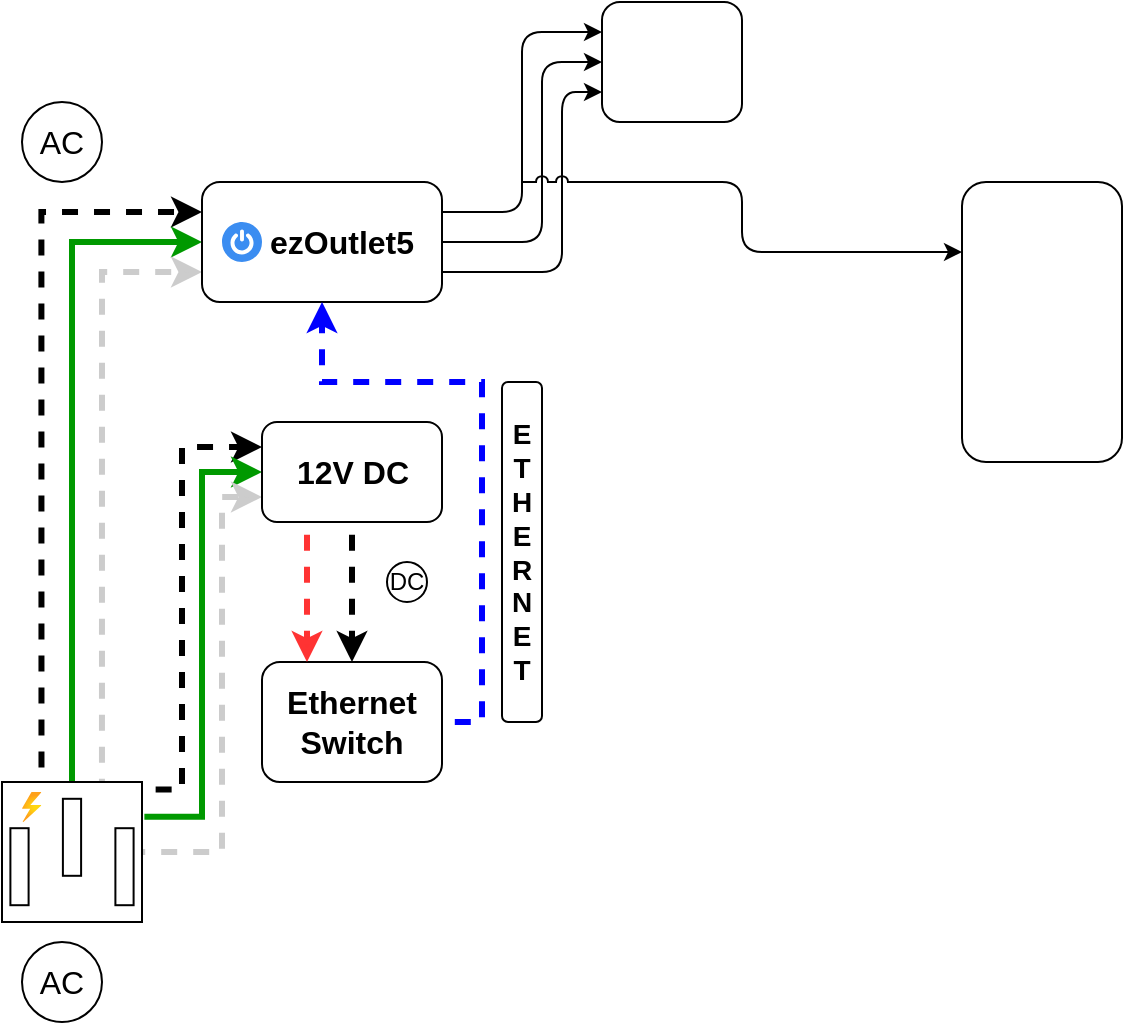
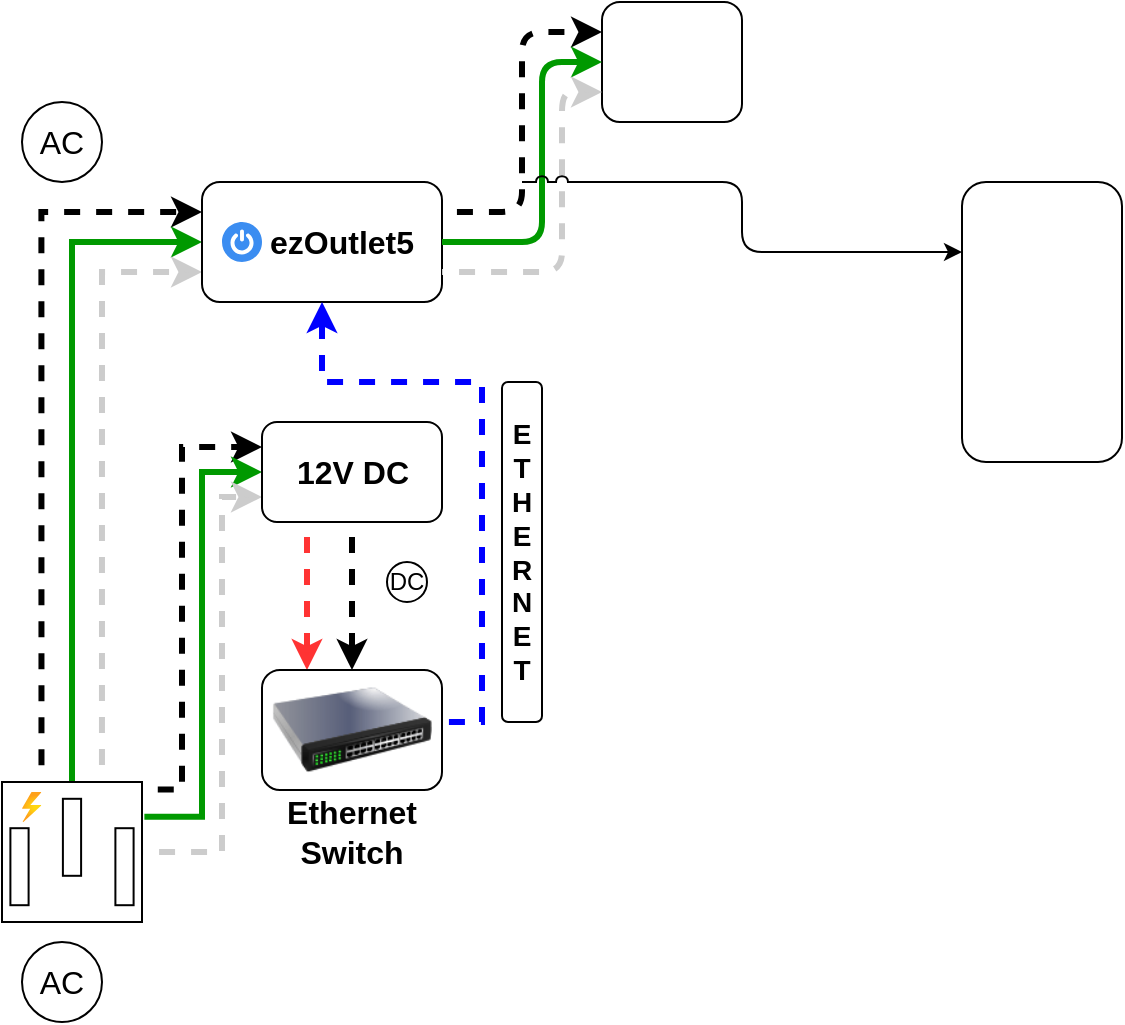
<mxfile host="app.diagrams.net" agent="Mozilla/5.0 (Windows NT 10.0; Win64; x64) AppleWebKit/537.36 (KHTML, like Gecko) Chrome/131.0.0.0 Safari/537.36 Edg/131.0.0.0" version="25.0.3">
  <diagram name="Page-1" id="VlRkN-xOVygPYa-iD9Ir">
-     <mxGraphModel dx="420" dy="263" grid="1" gridSize="10" guides="1" tooltips="1" connect="1" arrows="1" fold="1" page="1" pageScale="1" pageWidth="1169" pageHeight="827" background="none" math="0" shadow="0">
+     <mxGraphModel dx="500" dy="313" grid="1" gridSize="10" guides="1" tooltips="1" connect="1" arrows="1" fold="1" page="1" pageScale="1" pageWidth="1169" pageHeight="827" background="none" math="0" shadow="0">
      <root>
        <mxCell id="0" />
        <mxCell id="1" parent="0" />
        <mxCell id="JVLtuT8sySUBbFbLTn6r-3" style="edgeStyle=orthogonalEdgeStyle;rounded=0;orthogonalLoop=1;jettySize=auto;html=1;entryX=0;entryY=0.25;entryDx=0;entryDy=0;exitX=0.282;exitY=-0.013;exitDx=0;exitDy=0;exitPerimeter=0;strokeWidth=3;flowAnimation=1;flowAnimationDirection=alternate;" edge="1" parent="1" source="pD8juBFKP1GN8B8eYQTb-1" target="pD8juBFKP1GN8B8eYQTb-3">
          <mxGeometry relative="1" as="geometry" />
        </mxCell>
        <mxCell id="JVLtuT8sySUBbFbLTn6r-4" style="edgeStyle=orthogonalEdgeStyle;rounded=0;orthogonalLoop=1;jettySize=auto;html=1;exitX=0.5;exitY=0;exitDx=0;exitDy=0;exitPerimeter=0;entryX=0;entryY=0.5;entryDx=0;entryDy=0;strokeColor=#009900;strokeWidth=3;" edge="1" parent="1" source="pD8juBFKP1GN8B8eYQTb-1" target="pD8juBFKP1GN8B8eYQTb-3">
          <mxGeometry relative="1" as="geometry" />
        </mxCell>
        <mxCell id="JVLtuT8sySUBbFbLTn6r-5" style="edgeStyle=orthogonalEdgeStyle;rounded=0;orthogonalLoop=1;jettySize=auto;html=1;entryX=0;entryY=0.75;entryDx=0;entryDy=0;exitX=0.714;exitY=0;exitDx=0;exitDy=0;exitPerimeter=0;strokeWidth=3;strokeColor=#CCCCCC;flowAnimation=1;flowAnimationDirection=alternate-reverse;" edge="1" parent="1" source="pD8juBFKP1GN8B8eYQTb-1" target="pD8juBFKP1GN8B8eYQTb-3">
          <mxGeometry relative="1" as="geometry">
            <mxPoint x="120" y="320" as="targetPoint" />
          </mxGeometry>
        </mxCell>
        <mxCell id="JVLtuT8sySUBbFbLTn6r-6" style="edgeStyle=orthogonalEdgeStyle;rounded=0;orthogonalLoop=1;jettySize=auto;html=1;entryX=0;entryY=0.25;entryDx=0;entryDy=0;exitX=1.006;exitY=0.054;exitDx=0;exitDy=0;exitPerimeter=0;strokeWidth=3;flowAnimation=1;flowAnimationDirection=alternate;" edge="1" parent="1" source="pD8juBFKP1GN8B8eYQTb-1" target="pD8juBFKP1GN8B8eYQTb-24">
          <mxGeometry relative="1" as="geometry">
            <Array as="points">
              <mxPoint x="120" y="404" />
              <mxPoint x="120" y="233" />
            </Array>
          </mxGeometry>
        </mxCell>
        <mxCell id="JVLtuT8sySUBbFbLTn6r-7" style="edgeStyle=orthogonalEdgeStyle;rounded=0;orthogonalLoop=1;jettySize=auto;html=1;entryX=0;entryY=0.5;entryDx=0;entryDy=0;exitX=1.017;exitY=0.249;exitDx=0;exitDy=0;exitPerimeter=0;strokeWidth=3;strokeColor=#009900;" edge="1" parent="1" source="pD8juBFKP1GN8B8eYQTb-1" target="pD8juBFKP1GN8B8eYQTb-24">
          <mxGeometry relative="1" as="geometry" />
        </mxCell>
        <mxCell id="JVLtuT8sySUBbFbLTn6r-8" style="edgeStyle=orthogonalEdgeStyle;rounded=0;orthogonalLoop=1;jettySize=auto;html=1;entryX=0;entryY=0.75;entryDx=0;entryDy=0;strokeColor=#CCCCCC;strokeWidth=3;flowAnimation=1;flowAnimationDirection=alternate-reverse;" edge="1" parent="1" source="pD8juBFKP1GN8B8eYQTb-1" target="pD8juBFKP1GN8B8eYQTb-24">
          <mxGeometry relative="1" as="geometry">
            <Array as="points">
              <mxPoint x="140" y="435" />
              <mxPoint x="140" y="258" />
            </Array>
          </mxGeometry>
        </mxCell>
        <mxCell id="JVLtuT8sySUBbFbLTn6r-1" value="" style="group" vertex="1" connectable="0" parent="1">
          <mxGeometry x="30" y="480" width="60" height="40" as="geometry" />
        </mxCell>
        <mxCell id="pD8juBFKP1GN8B8eYQTb-22" value="AC" style="text;html=1;align=center;verticalAlign=middle;whiteSpace=wrap;rounded=0;fontSize=16;" parent="JVLtuT8sySUBbFbLTn6r-1" vertex="1">
          <mxGeometry y="5" width="60" height="30" as="geometry" />
        </mxCell>
        <mxCell id="pD8juBFKP1GN8B8eYQTb-23" value="" style="ellipse;whiteSpace=wrap;html=1;fillColor=none;" parent="JVLtuT8sySUBbFbLTn6r-1" vertex="1">
          <mxGeometry x="10" width="40" height="40" as="geometry" />
        </mxCell>
        <mxCell id="JVLtuT8sySUBbFbLTn6r-2" value="" style="group" vertex="1" connectable="0" parent="1">
          <mxGeometry x="30" y="60" width="60" height="40" as="geometry" />
        </mxCell>
        <mxCell id="pD8juBFKP1GN8B8eYQTb-9" value="" style="ellipse;whiteSpace=wrap;html=1;fillColor=none;" parent="JVLtuT8sySUBbFbLTn6r-2" vertex="1">
          <mxGeometry x="10" width="40" height="40" as="geometry" />
        </mxCell>
        <mxCell id="pD8juBFKP1GN8B8eYQTb-11" value="AC" style="text;html=1;align=center;verticalAlign=middle;whiteSpace=wrap;rounded=0;fontSize=16;" parent="JVLtuT8sySUBbFbLTn6r-2" vertex="1">
          <mxGeometry y="5" width="60" height="30" as="geometry" />
        </mxCell>
        <mxCell id="JVLtuT8sySUBbFbLTn6r-9" value="" style="group" vertex="1" connectable="0" parent="1">
          <mxGeometry x="130" y="100" width="120" height="60" as="geometry" />
        </mxCell>
        <mxCell id="JVLtuT8sySUBbFbLTn6r-16" value="" style="group" vertex="1" connectable="0" parent="JVLtuT8sySUBbFbLTn6r-9">
          <mxGeometry width="120" height="60" as="geometry" />
        </mxCell>
        <mxCell id="pD8juBFKP1GN8B8eYQTb-3" value="" style="rounded=1;whiteSpace=wrap;html=1;" parent="JVLtuT8sySUBbFbLTn6r-16" vertex="1">
          <mxGeometry width="120" height="60" as="geometry" />
        </mxCell>
        <mxCell id="JVLtuT8sySUBbFbLTn6r-13" value="" style="sketch=0;html=1;aspect=fixed;strokeColor=none;shadow=0;fillColor=#3B8DF1;verticalAlign=top;labelPosition=center;verticalLabelPosition=bottom;shape=mxgraph.gcp2.a7_power" vertex="1" parent="JVLtuT8sySUBbFbLTn6r-16">
          <mxGeometry x="10" y="20" width="20" height="20" as="geometry" />
        </mxCell>
        <mxCell id="pD8juBFKP1GN8B8eYQTb-15" value="&lt;b&gt;ezOutlet5&lt;/b&gt;" style="text;html=1;align=center;verticalAlign=middle;whiteSpace=wrap;rounded=0;fontSize=16;" parent="JVLtuT8sySUBbFbLTn6r-16" vertex="1">
          <mxGeometry x="40" y="10" width="60" height="40" as="geometry" />
        </mxCell>
        <mxCell id="JVLtuT8sySUBbFbLTn6r-11" value="" style="group" vertex="1" connectable="0" parent="1">
          <mxGeometry x="160" y="220" width="90" height="50" as="geometry" />
        </mxCell>
        <mxCell id="pD8juBFKP1GN8B8eYQTb-24" value="" style="rounded=1;whiteSpace=wrap;html=1;" parent="JVLtuT8sySUBbFbLTn6r-11" vertex="1">
          <mxGeometry width="90" height="50" as="geometry" />
        </mxCell>
        <mxCell id="JVLtuT8sySUBbFbLTn6r-10" value="&lt;font style=&quot;font-size: 16px;&quot;&gt;&lt;b&gt;12V DC&lt;/b&gt;&lt;/font&gt;" style="text;html=1;align=center;verticalAlign=middle;whiteSpace=wrap;rounded=0;" vertex="1" parent="JVLtuT8sySUBbFbLTn6r-11">
          <mxGeometry x="15.75" y="10" width="58.5" height="30" as="geometry" />
        </mxCell>
        <mxCell id="JVLtuT8sySUBbFbLTn6r-18" value="" style="group" vertex="1" connectable="0" parent="1">
          <mxGeometry x="30" y="400" width="70" height="70" as="geometry" />
        </mxCell>
        <mxCell id="pD8juBFKP1GN8B8eYQTb-1" value="" style="pointerEvents=1;verticalLabelPosition=bottom;shadow=0;dashed=0;align=center;html=1;verticalAlign=top;shape=mxgraph.electrical.miscellaneous.ac_out" parent="JVLtuT8sySUBbFbLTn6r-18" vertex="1">
          <mxGeometry width="70" height="70" as="geometry" />
        </mxCell>
        <mxCell id="JVLtuT8sySUBbFbLTn6r-12" value="" style="image;aspect=fixed;html=1;points=[];align=center;fontSize=12;image=img/lib/azure2/general/Power.svg;" vertex="1" parent="JVLtuT8sySUBbFbLTn6r-18">
          <mxGeometry x="10" y="5" width="9.72" height="15" as="geometry" />
        </mxCell>
-         <mxCell id="JVLtuT8sySUBbFbLTn6r-21" value="" style="group" vertex="1" connectable="0" parent="1">
-           <mxGeometry x="160" y="340" width="90" height="60" as="geometry" />
-         </mxCell>
-         <mxCell id="JVLtuT8sySUBbFbLTn6r-19" value="" style="rounded=1;whiteSpace=wrap;html=1;" vertex="1" parent="JVLtuT8sySUBbFbLTn6r-21">
-           <mxGeometry width="90" height="60" as="geometry" />
-         </mxCell>
-         <mxCell id="JVLtuT8sySUBbFbLTn6r-20" value="&lt;b&gt;&lt;font style=&quot;font-size: 16px;&quot;&gt;Ethernet&lt;/font&gt;&lt;/b&gt;&lt;div&gt;&lt;b&gt;&lt;font style=&quot;font-size: 16px;&quot;&gt;Switch&lt;/font&gt;&lt;/b&gt;&lt;/div&gt;" style="text;html=1;align=center;verticalAlign=middle;whiteSpace=wrap;rounded=0;" vertex="1" parent="JVLtuT8sySUBbFbLTn6r-21">
-           <mxGeometry x="15" y="15" width="60" height="30" as="geometry" />
-         </mxCell>
        <mxCell id="JVLtuT8sySUBbFbLTn6r-23" style="edgeStyle=orthogonalEdgeStyle;rounded=0;orthogonalLoop=1;jettySize=auto;html=1;entryX=0.25;entryY=0;entryDx=0;entryDy=0;exitX=0.25;exitY=1;exitDx=0;exitDy=0;strokeColor=#FF3333;strokeWidth=3;flowAnimation=1;" edge="1" parent="1" source="pD8juBFKP1GN8B8eYQTb-24" target="JVLtuT8sySUBbFbLTn6r-19">
          <mxGeometry relative="1" as="geometry" />
        </mxCell>
        <mxCell id="JVLtuT8sySUBbFbLTn6r-28" value="" style="group" vertex="1" connectable="0" parent="1">
          <mxGeometry x="220" y="290" width="25" height="20" as="geometry" />
        </mxCell>
        <mxCell id="JVLtuT8sySUBbFbLTn6r-26" value="" style="ellipse;whiteSpace=wrap;html=1;aspect=fixed;" vertex="1" parent="JVLtuT8sySUBbFbLTn6r-28">
          <mxGeometry x="2.5" width="20" height="20" as="geometry" />
        </mxCell>
        <mxCell id="JVLtuT8sySUBbFbLTn6r-27" value="&lt;font&gt;DC&lt;/font&gt;" style="text;html=1;align=center;verticalAlign=middle;whiteSpace=wrap;rounded=0;" vertex="1" parent="JVLtuT8sySUBbFbLTn6r-28">
          <mxGeometry y="2.5" width="25" height="15" as="geometry" />
        </mxCell>
        <mxCell id="JVLtuT8sySUBbFbLTn6r-29" style="edgeStyle=orthogonalEdgeStyle;rounded=0;orthogonalLoop=1;jettySize=auto;html=1;exitX=0.5;exitY=1;exitDx=0;exitDy=0;entryX=0.5;entryY=0;entryDx=0;entryDy=0;strokeWidth=3;flowAnimation=1;" edge="1" parent="1" source="pD8juBFKP1GN8B8eYQTb-24" target="JVLtuT8sySUBbFbLTn6r-19">
          <mxGeometry relative="1" as="geometry" />
        </mxCell>
        <mxCell id="JVLtuT8sySUBbFbLTn6r-30" style="edgeStyle=orthogonalEdgeStyle;rounded=0;orthogonalLoop=1;jettySize=auto;html=1;exitX=1;exitY=0.5;exitDx=0;exitDy=0;entryX=0.5;entryY=1;entryDx=0;entryDy=0;strokeColor=#0000FF;strokeWidth=3;flowAnimation=1;" edge="1" parent="1" source="JVLtuT8sySUBbFbLTn6r-19" target="pD8juBFKP1GN8B8eYQTb-3">
          <mxGeometry relative="1" as="geometry">
            <Array as="points">
              <mxPoint x="270" y="370" />
              <mxPoint x="270" y="200" />
              <mxPoint x="190" y="200" />
            </Array>
          </mxGeometry>
        </mxCell>
        <mxCell id="JVLtuT8sySUBbFbLTn6r-31" value="" style="rounded=1;whiteSpace=wrap;html=1;" vertex="1" parent="1">
          <mxGeometry x="280" y="200" width="20" height="170" as="geometry" />
        </mxCell>
        <mxCell id="JVLtuT8sySUBbFbLTn6r-32" value="&lt;b&gt;&lt;font style=&quot;font-size: 14px;&quot;&gt;E&lt;/font&gt;&lt;/b&gt;&lt;div&gt;&lt;b&gt;&lt;font style=&quot;font-size: 14px;&quot;&gt;T&lt;/font&gt;&lt;/b&gt;&lt;/div&gt;&lt;div&gt;&lt;b&gt;&lt;font style=&quot;font-size: 14px;&quot;&gt;H&lt;/font&gt;&lt;/b&gt;&lt;/div&gt;&lt;div&gt;&lt;b&gt;&lt;font style=&quot;font-size: 14px;&quot;&gt;E&lt;/font&gt;&lt;/b&gt;&lt;/div&gt;&lt;div&gt;&lt;b&gt;&lt;font style=&quot;font-size: 14px;&quot;&gt;R&lt;/font&gt;&lt;/b&gt;&lt;/div&gt;&lt;div&gt;&lt;b&gt;&lt;font style=&quot;font-size: 14px;&quot;&gt;N&lt;/font&gt;&lt;/b&gt;&lt;/div&gt;&lt;div&gt;&lt;b&gt;&lt;font style=&quot;font-size: 14px;&quot;&gt;E&lt;/font&gt;&lt;/b&gt;&lt;/div&gt;&lt;div&gt;&lt;b&gt;&lt;font style=&quot;font-size: 14px;&quot;&gt;T&lt;/font&gt;&lt;/b&gt;&lt;/div&gt;" style="text;html=1;align=center;verticalAlign=middle;whiteSpace=wrap;rounded=0;" vertex="1" parent="1">
          <mxGeometry x="275" y="180" width="30" height="210" as="geometry" />
        </mxCell>
        <mxCell id="JVLtuT8sySUBbFbLTn6r-33" value="" style="rounded=1;whiteSpace=wrap;html=1;" vertex="1" parent="1">
          <mxGeometry x="510" y="100" width="80" height="140" as="geometry" />
        </mxCell>
        <mxCell id="JVLtuT8sySUBbFbLTn6r-34" value="" style="rounded=1;whiteSpace=wrap;html=1;" vertex="1" parent="1">
          <mxGeometry x="330" y="10" width="70" height="60" as="geometry" />
        </mxCell>
-         <mxCell id="JVLtuT8sySUBbFbLTn6r-35" style="edgeStyle=orthogonalEdgeStyle;rounded=1;orthogonalLoop=1;jettySize=auto;html=1;exitX=1;exitY=0.25;exitDx=0;exitDy=0;entryX=0;entryY=0.25;entryDx=0;entryDy=0;curved=0;" edge="1" parent="1" source="pD8juBFKP1GN8B8eYQTb-3" target="JVLtuT8sySUBbFbLTn6r-34">
+         <mxCell id="JVLtuT8sySUBbFbLTn6r-35" style="edgeStyle=orthogonalEdgeStyle;rounded=1;orthogonalLoop=1;jettySize=auto;html=1;exitX=1;exitY=0.25;exitDx=0;exitDy=0;entryX=0;entryY=0.25;entryDx=0;entryDy=0;curved=0;strokeWidth=3;flowAnimation=1;flowAnimationDirection=alternate;" edge="1" parent="1" source="pD8juBFKP1GN8B8eYQTb-3" target="JVLtuT8sySUBbFbLTn6r-34">
          <mxGeometry relative="1" as="geometry" />
        </mxCell>
-         <mxCell id="JVLtuT8sySUBbFbLTn6r-36" style="edgeStyle=orthogonalEdgeStyle;rounded=1;orthogonalLoop=1;jettySize=auto;html=1;exitX=1;exitY=0.5;exitDx=0;exitDy=0;entryX=0;entryY=0.5;entryDx=0;entryDy=0;curved=0;" edge="1" parent="1" source="pD8juBFKP1GN8B8eYQTb-3" target="JVLtuT8sySUBbFbLTn6r-34">
+         <mxCell id="JVLtuT8sySUBbFbLTn6r-36" style="edgeStyle=orthogonalEdgeStyle;rounded=1;orthogonalLoop=1;jettySize=auto;html=1;exitX=1;exitY=0.5;exitDx=0;exitDy=0;entryX=0;entryY=0.5;entryDx=0;entryDy=0;curved=0;strokeWidth=3;strokeColor=#009900;" edge="1" parent="1" source="pD8juBFKP1GN8B8eYQTb-3" target="JVLtuT8sySUBbFbLTn6r-34">
          <mxGeometry relative="1" as="geometry">
            <Array as="points">
              <mxPoint x="300" y="130" />
              <mxPoint x="300" y="40" />
            </Array>
          </mxGeometry>
        </mxCell>
-         <mxCell id="JVLtuT8sySUBbFbLTn6r-37" style="edgeStyle=orthogonalEdgeStyle;rounded=1;orthogonalLoop=1;jettySize=auto;html=1;exitX=1;exitY=0.75;exitDx=0;exitDy=0;entryX=0;entryY=0.75;entryDx=0;entryDy=0;curved=0;" edge="1" parent="1" source="pD8juBFKP1GN8B8eYQTb-3" target="JVLtuT8sySUBbFbLTn6r-34">
+         <mxCell id="JVLtuT8sySUBbFbLTn6r-37" style="edgeStyle=orthogonalEdgeStyle;rounded=1;orthogonalLoop=1;jettySize=auto;html=1;exitX=1;exitY=0.75;exitDx=0;exitDy=0;entryX=0;entryY=0.75;entryDx=0;entryDy=0;curved=0;strokeColor=#CCCCCC;strokeWidth=3;flowAnimation=1;flowAnimationDirection=alternate-reverse;" edge="1" parent="1" source="pD8juBFKP1GN8B8eYQTb-3" target="JVLtuT8sySUBbFbLTn6r-34">
          <mxGeometry relative="1" as="geometry">
            <Array as="points">
              <mxPoint x="310" y="145" />
              <mxPoint x="310" y="55" />
            </Array>
          </mxGeometry>
        </mxCell>
        <mxCell id="JVLtuT8sySUBbFbLTn6r-40" value="" style="endArrow=classic;html=1;rounded=1;curved=0;entryX=0;entryY=0.25;entryDx=0;entryDy=0;jumpStyle=arc;" edge="1" parent="1" target="JVLtuT8sySUBbFbLTn6r-33">
          <mxGeometry width="50" height="50" relative="1" as="geometry">
            <mxPoint x="290" y="100" as="sourcePoint" />
            <mxPoint x="410" y="170" as="targetPoint" />
            <Array as="points">
              <mxPoint x="400" y="100" />
              <mxPoint x="400" y="135" />
            </Array>
          </mxGeometry>
        </mxCell>
+         <mxCell id="JVLtuT8sySUBbFbLTn6r-51" value="" style="group" vertex="1" connectable="0" parent="1">
+           <mxGeometry x="160" y="344" width="90" height="96" as="geometry" />
+         </mxCell>
+         <mxCell id="JVLtuT8sySUBbFbLTn6r-21" value="" style="group" vertex="1" connectable="0" parent="JVLtuT8sySUBbFbLTn6r-51">
+           <mxGeometry width="90" height="70" as="geometry" />
+         </mxCell>
+         <mxCell id="JVLtuT8sySUBbFbLTn6r-50" value="" style="group" vertex="1" connectable="0" parent="JVLtuT8sySUBbFbLTn6r-21">
+           <mxGeometry width="90" height="70" as="geometry" />
+         </mxCell>
+         <mxCell id="JVLtuT8sySUBbFbLTn6r-19" value="" style="rounded=1;whiteSpace=wrap;html=1;" vertex="1" parent="JVLtuT8sySUBbFbLTn6r-50">
+           <mxGeometry width="90" height="60" as="geometry" />
+         </mxCell>
+         <mxCell id="JVLtuT8sySUBbFbLTn6r-49" value="" style="image;html=1;image=img/lib/clip_art/networking/Switch_128x128.png" vertex="1" parent="JVLtuT8sySUBbFbLTn6r-50">
+           <mxGeometry x="5" y="-10" width="80" height="80" as="geometry" />
+         </mxCell>
+         <mxCell id="JVLtuT8sySUBbFbLTn6r-20" value="&lt;b&gt;&lt;font style=&quot;font-size: 16px;&quot;&gt;Ethernet&lt;/font&gt;&lt;/b&gt;&lt;div&gt;&lt;b&gt;&lt;font style=&quot;font-size: 16px;&quot;&gt;Switch&lt;/font&gt;&lt;/b&gt;&lt;/div&gt;" style="text;html=1;align=center;verticalAlign=middle;whiteSpace=wrap;rounded=0;" vertex="1" parent="JVLtuT8sySUBbFbLTn6r-51">
+           <mxGeometry x="15" y="66" width="60" height="30" as="geometry" />
+         </mxCell>
      </root>
    </mxGraphModel>
  </diagram>
</mxfile>
